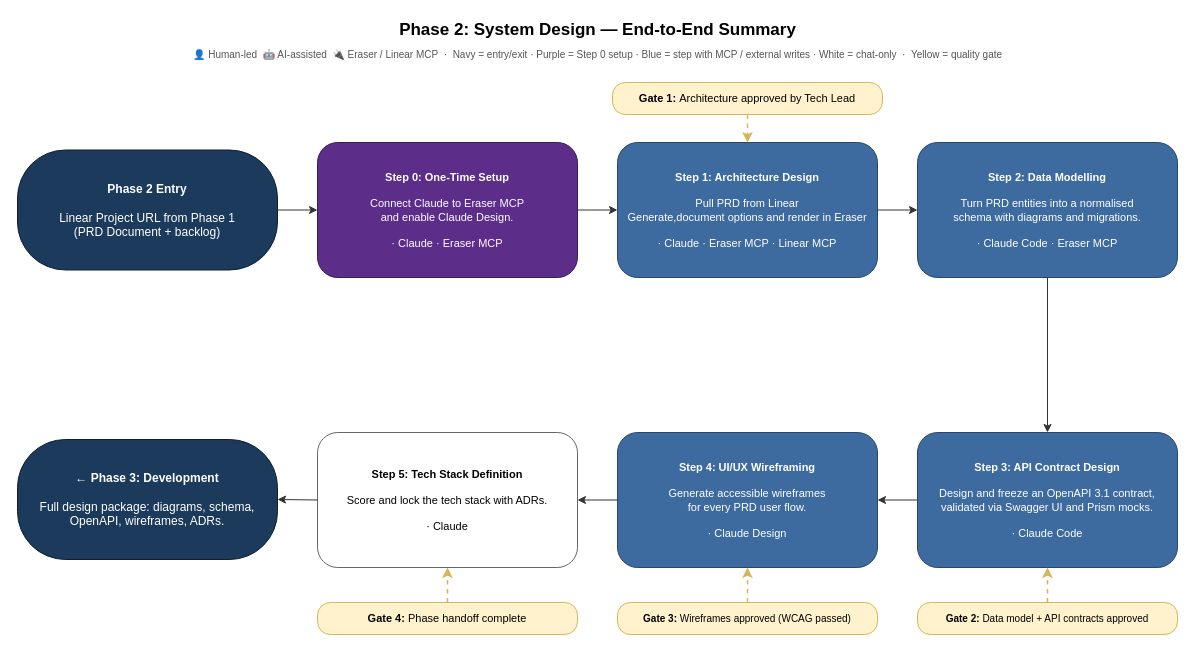
Above: aidlc-phases/02-system-design/FLOWCHART-SUMMARY-horizontal.drawio in kalpat-allion/ai-dlc (draw.io), before the change. Source tidied: cells renumbered, new cells numbered last; positions are measured from the earlier drawing's top-left corner, leaving out a move shared by most shapes. Both pictures are drawn from the tidied source at 100%, with x=0, y=0 at pixel (17, 17).
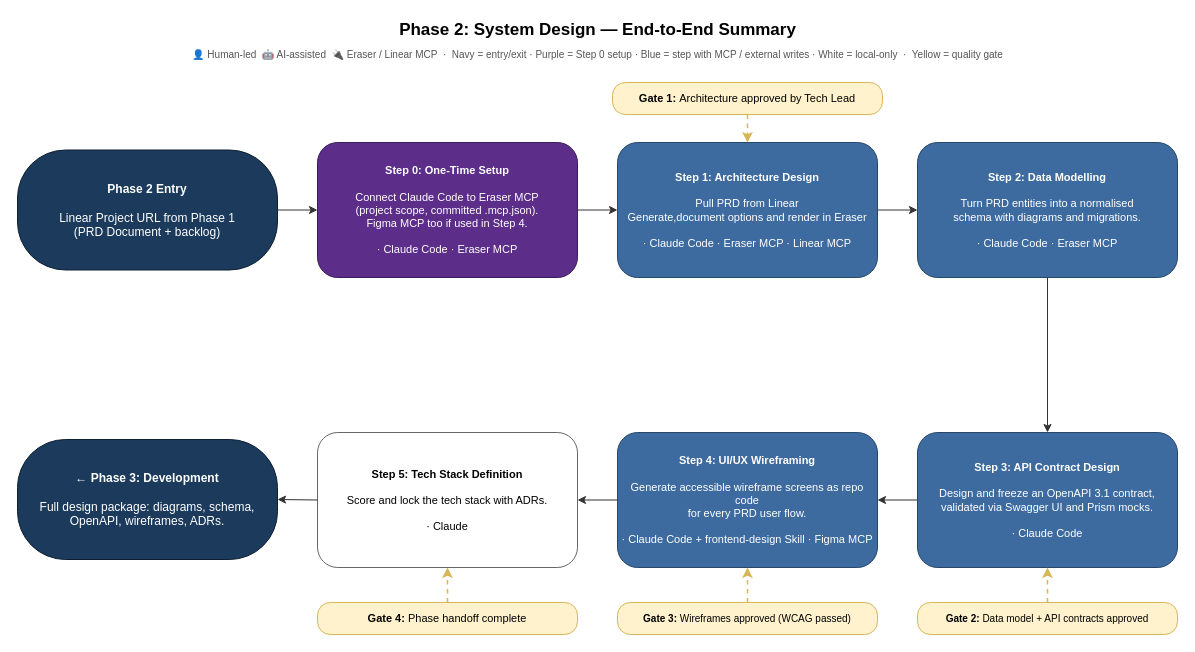
After the change.

Change to the diagram source:
```diff
@@
-    <mxCell id="3" value="👤 Human-led&amp;nbsp;&amp;nbsp;🤖 AI-assisted&amp;nbsp;&amp;nbsp;🔌 Eraser / Linear MCP&amp;nbsp;&amp;nbsp;·&amp;nbsp;&amp;nbsp;Navy = entry/exit · Purple = Step 0 setup · Blue = step with MCP / external writes · White = chat-only&amp;nbsp;&amp;nbsp;·&amp;nbsp;&amp;nbsp;Yellow = quality gate" style="text;html=1;align=center;verticalAlign=middle;fontSize=10;fontColor=#555555;" parent="1" vertex="1">
+    <mxCell id="3" value="👤 Human-led&amp;nbsp;&amp;nbsp;🤖 AI-assisted&amp;nbsp;&amp;nbsp;🔌 Eraser / Linear MCP&amp;nbsp;&amp;nbsp;·&amp;nbsp;&amp;nbsp;Navy = entry/exit · Purple = Step 0 setup · Blue = step with MCP / external writes · White = local-only&amp;nbsp;&amp;nbsp;·&amp;nbsp;&amp;nbsp;Yellow = quality gate" style="text;html=1;align=center;verticalAlign=middle;fontSize=10;fontColor=#555555;" parent="1" vertex="1">
       <mxGeometry y="28" width="1160" height="18" as="geometry" />
     </mxCell>
@@
-    <mxCell id="6" value="&lt;b&gt;Step 0: One-Time Setup&lt;/b&gt;&lt;br&gt;&lt;br&gt;Connect Claude to Eraser MCP&lt;br&gt;and enable Claude Design.&lt;br&gt;&lt;br&gt;· Claude · Eraser MCP" style="rounded=1;whiteSpace=wrap;html=1;fillColor=#5C2E8A;fontColor=#FFFFFF;strokeColor=#3A1C58;fontSize=11;" parent="1" vertex="1">
+    <mxCell id="6" value="&lt;b&gt;Step 0: One-Time Setup&lt;/b&gt;&lt;br&gt;&lt;br&gt;Connect Claude Code to Eraser MCP&lt;br&gt;(project scope, committed .mcp.json).&lt;br&gt;Figma MCP too if used in Step 4.&lt;br&gt;&lt;br&gt;· Claude Code · Eraser MCP" style="rounded=1;whiteSpace=wrap;html=1;fillColor=#5C2E8A;fontColor=#FFFFFF;strokeColor=#3A1C58;fontSize=11;" parent="1" vertex="1">
       <mxGeometry x="300" y="125" width="260" height="135" as="geometry" />
     </mxCell>
-    <mxCell id="7" value="&lt;b&gt;Step 1: Architecture Design&lt;/b&gt;&lt;br&gt;&lt;br&gt;Pull PRD from Linear&lt;div&gt;Generate,document&amp;nbsp;options and render in Eraser&lt;br&gt;&lt;br&gt;· Claude · Eraser MCP · Linear MCP&lt;/div&gt;" style="rounded=1;whiteSpace=wrap;html=1;fillColor=#3D6B9F;fontColor=#FFFFFF;strokeColor=#26466A;fontSize=11;" parent="1" vertex="1">
+    <mxCell id="7" value="&lt;b&gt;Step 1: Architecture Design&lt;/b&gt;&lt;br&gt;&lt;br&gt;Pull PRD from Linear&lt;div&gt;Generate,document&amp;nbsp;options and render in Eraser&lt;br&gt;&lt;br&gt;· Claude Code · Eraser MCP · Linear MCP&lt;/div&gt;" style="rounded=1;whiteSpace=wrap;html=1;fillColor=#3D6B9F;fontColor=#FFFFFF;strokeColor=#26466A;fontSize=11;" parent="1" vertex="1">
       <mxGeometry x="600" y="125" width="260" height="135" as="geometry" />
     </mxCell>
@@
-    <mxCell id="10" value="&lt;b&gt;Step 4: UI/UX Wireframing&lt;/b&gt;&lt;br&gt;&lt;br&gt;Generate accessible wireframes&lt;br&gt;for every PRD user flow.&lt;br&gt;&lt;br&gt;· Claude Design" style="rounded=1;whiteSpace=wrap;html=1;fillColor=#3D6B9F;fontColor=#FFFFFF;strokeColor=#26466A;fontSize=11;" parent="1" vertex="1">
+    <mxCell id="10" value="&lt;b&gt;Step 4: UI/UX Wireframing&lt;/b&gt;&lt;br&gt;&lt;br&gt;Generate accessible wireframe screens as repo code&lt;br&gt;for every PRD user flow.&lt;br&gt;&lt;br&gt;· Claude Code + frontend-design Skill · Figma MCP" style="rounded=1;whiteSpace=wrap;html=1;fillColor=#3D6B9F;fontColor=#FFFFFF;strokeColor=#26466A;fontSize=11;" parent="1" vertex="1">
       <mxGeometry x="600" y="415" width="260" height="135" as="geometry" />
     </mxCell>
```
